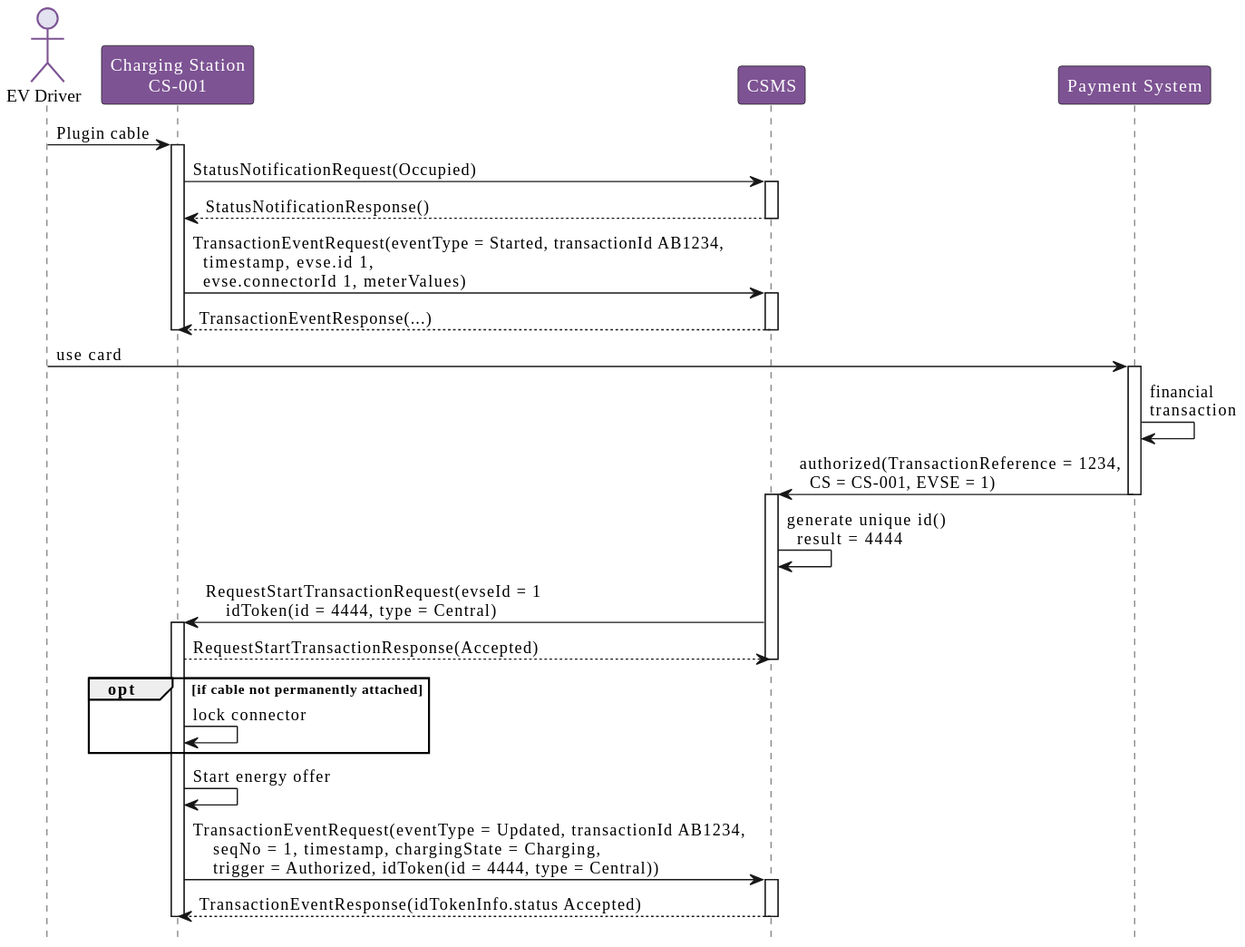
Before: OCPP_2.0.1/part2/images/figure_23.svg, a diagram exported from PlantUML (phoi5675/ocpp-markdown).
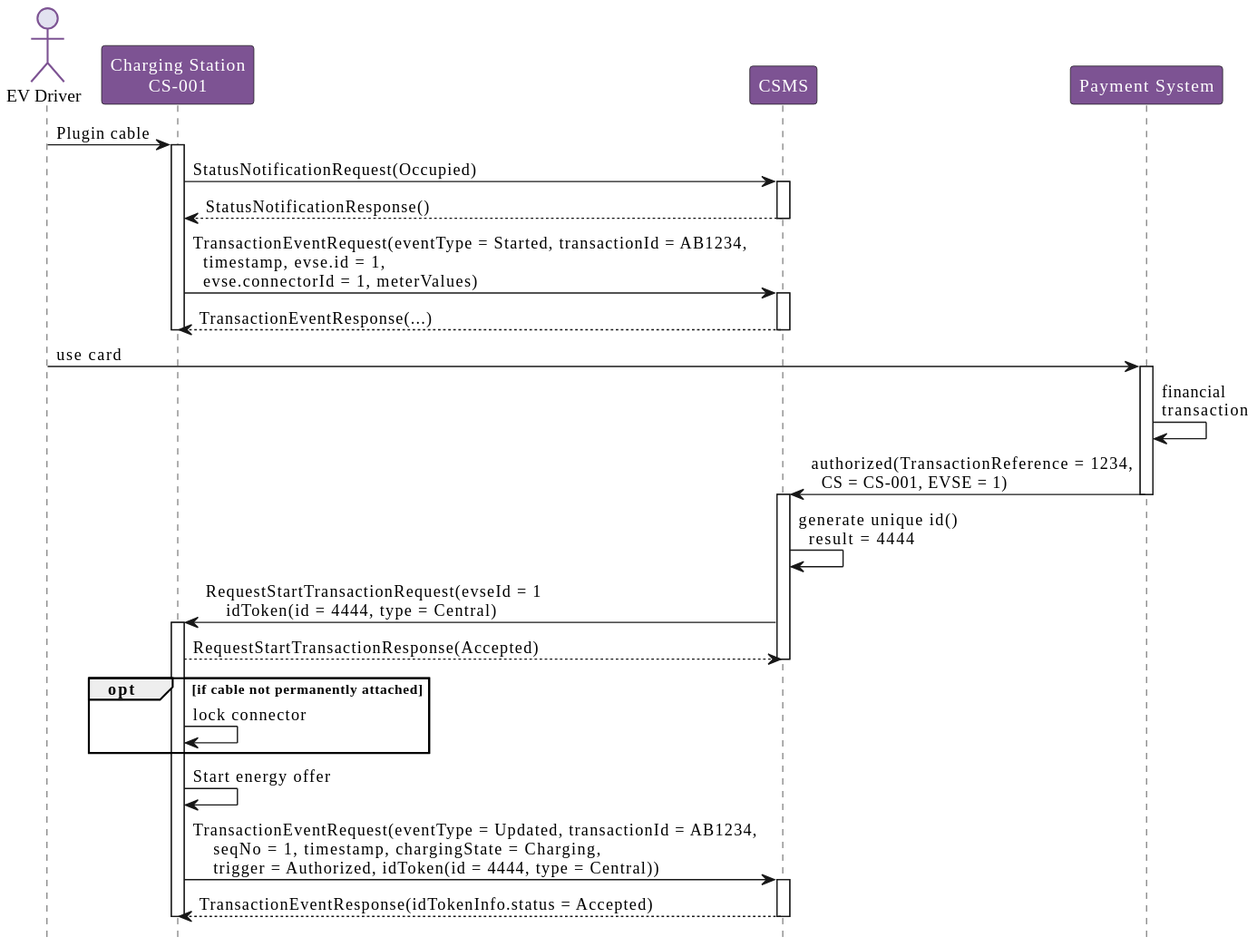
Above is the later version.

Diff of the diagram source:
```diff
@@ -15,7 +15,7 @@
 CSMS --> ChargingStation: StatusNotificationResponse()
 deactivate CSMS
 
-ChargingStation -> CSMS:   TransactionEventRequest(eventType  Started, transactionId  AB1234, \n  timestamp, evse.id  1, \n  evse.connectorId  1, meterValues)
+ChargingStation -> CSMS:   TransactionEventRequest(eventType = Started, transactionId = AB1234, \n  timestamp, evse.id = 1, \n  evse.connectorId = 1, meterValues)
 activate CSMS
 
 CSMS --> ChargingStation: TransactionEventResponse(...)
@@ -45,10 +45,10 @@
 
 ChargingStation -> ChargingStation: Start energy offer
 
-ChargingStation -> CSMS:   TransactionEventRequest(eventType = Updated, transactionId  AB1234, \n    seqNo = 1, timestamp, chargingState = Charging,\n    trigger = Authorized, idToken(id = 4444, type = Central))
+ChargingStation -> CSMS:   TransactionEventRequest(eventType = Updated, transactionId = AB1234, \n    seqNo = 1, timestamp, chargingState = Charging,\n    trigger = Authorized, idToken(id = 4444, type = Central))
 activate CSMS
 
-CSMS --> ChargingStation: TransactionEventResponse(idTokenInfo.status  Accepted)
+CSMS --> ChargingStation: TransactionEventResponse(idTokenInfo.status = Accepted)
 deactivate CSMS
 deactivate ChargingStation
 @enduml
```
